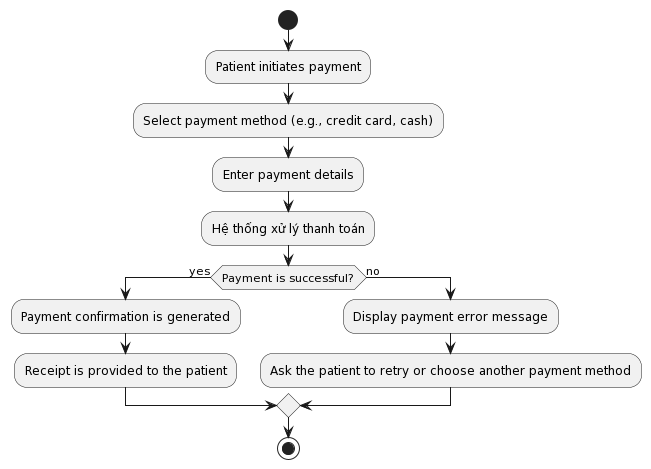
baonehe/SE357-Pratice-class keeps this PlantUML diagram as Lab1.2/ActivityDiagram/Pay Medical Fees.png. Above is the earlier version. Its diagram source:
```plantuml
@startuml
!define PAY_MEDICAL_FEES <<(A,blue) Pay Medical Fees>>

start
:Patient initiates payment;
:Select payment method (e.g., credit card, cash);
:Enter payment details;
:Hệ thống xử lý thanh toán;
if (Payment is successful?) then (yes)
  :Payment confirmation is generated;
  :Receipt is provided to the patient;
else (no)
  :Display payment error message;
  :Ask the patient to retry or choose another payment method;
endif
stop
@enduml
```
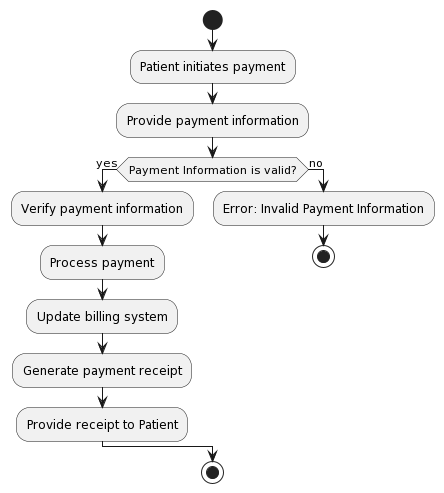
Later version of the same file.

What changed in the source:
```diff
@@ -1,17 +1,21 @@
 @startuml
-!define PAY_MEDICAL_FEES <<(A,blue) Pay Medical Fees>>
+skinparam activity {
+  BackgroundColor<<payment>> LightSalmon
+  BorderColor<<payment>> DarkRed
+}
 
 start
 :Patient initiates payment;
-:Select payment method (e.g., credit card, cash);
-:Enter payment details;
-:Hệ thống xử lý thanh toán;
-if (Payment is successful?) then (yes)
-  :Payment confirmation is generated;
-  :Receipt is provided to the patient;
+:Provide payment information;
+if (Payment Information is valid?) then (yes)
+  :Verify payment information;
+  :Process payment;
+  :Update billing system;
+  :Generate payment receipt;
+  :Provide receipt to Patient;
 else (no)
-  :Display payment error message;
-  :Ask the patient to retry or choose another payment method;
+  :Error: Invalid Payment Information;
+  stop
 endif
 stop
 @enduml
```
